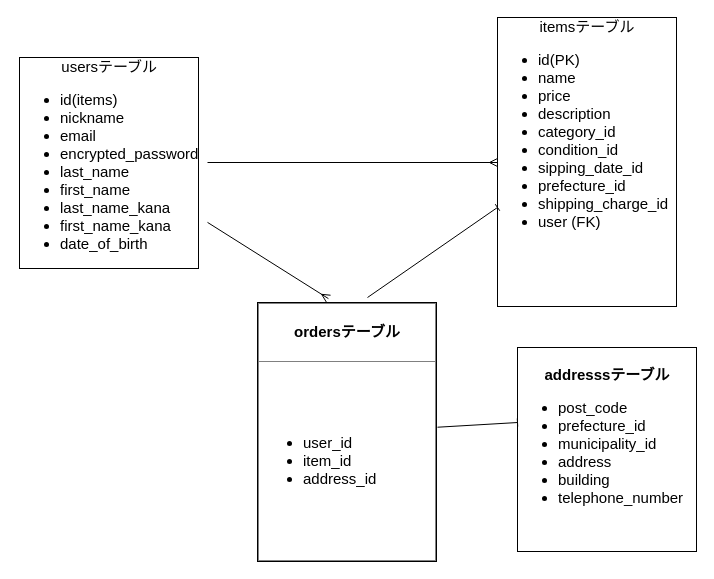
Above: test.dio in sadaharuuu1023/furima-39556 (draw.io), before the change. Source tidied: cells renumbered, new cells numbered last; positions are measured from the earlier drawing's top-left corner, leaving out a move shared by most shapes. Both pictures are drawn from the tidied source at 100%, with x=0, y=0 at pixel (17, 17).
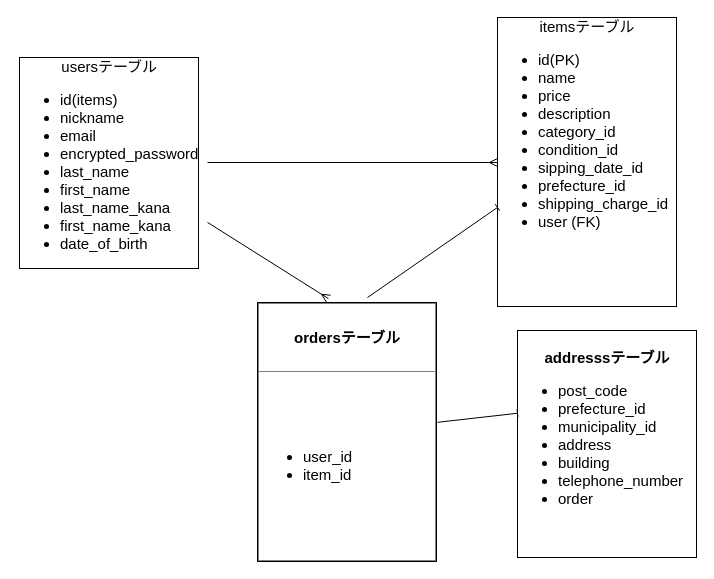
The same diagram, later.

Change to the diagram source:
```diff
@@
 <mxGraphModel>
   <root>
     <mxCell id="0" />
     <mxCell id="1" parent="0" />
     <mxCell id="2" style="edgeStyle=none;html=1;exitX=1;exitY=0.5;exitDx=0;exitDy=0;fontSize=15;rounded=1;endArrow=ERmany;endFill=0;" parent="1" edge="1" source="4" target="5">
       <mxGeometry relative="1" as="geometry" />
     </mxCell>
     <mxCell id="3" style="edgeStyle=none;html=1;entryX=0.394;entryY=-0.015;entryDx=0;entryDy=0;entryPerimeter=0;endArrow=ERmany;endFill=0;" parent="1" edge="1" source="4" target="8">
       <mxGeometry relative="1" as="geometry" />
     </mxCell>
     <mxCell id="4" value="&lt;div style=&quot;text-align: center; font-size: 15px;&quot;&gt;&lt;span style=&quot;background-color: initial;&quot;&gt;&lt;font style=&quot;font-size: 15px;&quot;&gt;usersテーブル&lt;/font&gt;&lt;/span&gt;&lt;/div&gt;&lt;ul style=&quot;font-size: 15px;&quot;&gt;&lt;li style=&quot;&quot;&gt;&lt;font style=&quot;font-size: 15px;&quot;&gt;id(items)&lt;/font&gt;&lt;/li&gt;&lt;li style=&quot;&quot;&gt;&lt;font style=&quot;font-size: 15px;&quot;&gt;nickname&lt;/font&gt;&lt;/li&gt;&lt;li style=&quot;&quot;&gt;&lt;font style=&quot;font-size: 15px;&quot;&gt;email&lt;/font&gt;&lt;/li&gt;&lt;li style=&quot;&quot;&gt;&lt;font style=&quot;font-size: 15px;&quot;&gt;encrypted_password&lt;/font&gt;&lt;/li&gt;&lt;li style=&quot;&quot;&gt;&lt;font style=&quot;font-size: 15px;&quot;&gt;last_name&lt;/font&gt;&lt;/li&gt;&lt;li style=&quot;&quot;&gt;&lt;font style=&quot;font-size: 15px;&quot;&gt;first_name&lt;/font&gt;&lt;/li&gt;&lt;li style=&quot;&quot;&gt;&lt;font style=&quot;font-size: 15px;&quot;&gt;last_name_kana&lt;/font&gt;&lt;/li&gt;&lt;li style=&quot;&quot;&gt;&lt;font style=&quot;font-size: 15px;&quot;&gt;first_name_kana&lt;/font&gt;&lt;/li&gt;&lt;li style=&quot;&quot;&gt;&lt;font style=&quot;font-size: 15px;&quot;&gt;date_of_birth&lt;/font&gt;&lt;/li&gt;&lt;/ul&gt;" style="text;strokeColor=none;fillColor=none;html=1;whiteSpace=wrap;verticalAlign=middle;overflow=hidden;rounded=1;align=left;labelBackgroundColor=none;labelBorderColor=default;" parent="1" vertex="1">
       <mxGeometry width="190" height="290" as="geometry" />
     </mxCell>
     <mxCell id="5" value="&lt;font style=&quot;font-size: 15px;&quot;&gt;itemsテーブル&lt;/font&gt;&lt;br&gt;&lt;ul style=&quot;font-size: 15px;&quot;&gt;&lt;li style=&quot;text-align: left;&quot;&gt;id(PK)&lt;/li&gt;&lt;li style=&quot;text-align: left;&quot;&gt;name&lt;/li&gt;&lt;li style=&quot;text-align: left;&quot;&gt;price&lt;/li&gt;&lt;li style=&quot;text-align: left;&quot;&gt;description&lt;/li&gt;&lt;li style=&quot;text-align: left;&quot;&gt;category_id&lt;/li&gt;&lt;li style=&quot;text-align: left;&quot;&gt;condition_id&lt;/li&gt;&lt;li style=&quot;text-align: left;&quot;&gt;sipping_date_id&lt;/li&gt;&lt;li style=&quot;text-align: left;&quot;&gt;prefecture_id&lt;/li&gt;&lt;li style=&quot;text-align: left;&quot;&gt;shipping_charge_id&lt;/li&gt;&lt;li style=&quot;text-align: left;&quot;&gt;user (FK)&lt;/li&gt;&lt;/ul&gt;" style="text;html=1;whiteSpace=wrap;strokeColor=none;fillColor=none;overflow=fill;rounded=1;labelBackgroundColor=none;labelBorderColor=default;align=center;" parent="1" vertex="1">
       <mxGeometry x="480" width="180" height="290" as="geometry" />
     </mxCell>
     <mxCell id="6" style="edgeStyle=none;html=1;entryX=0;entryY=0.366;entryDx=0;entryDy=0;entryPerimeter=0;endArrow=baseDash;endFill=0;" parent="1" edge="1" source="8" target="9">
       <mxGeometry relative="1" as="geometry" />
     </mxCell>
     <mxCell id="7" style="edgeStyle=none;html=1;entryX=0;entryY=0.655;entryDx=0;entryDy=0;entryPerimeter=0;endArrow=baseDash;endFill=0;" parent="1" edge="1" target="5">
       <mxGeometry relative="1" as="geometry">
         <mxPoint x="350" y="280" as="sourcePoint" />
       </mxGeometry>
     </mxCell>
-    <mxCell id="8" value="&lt;table border=&quot;1&quot; width=&quot;100%&quot; height=&quot;100%&quot; cellpadding=&quot;4&quot; style=&quot;width:100%;height:100%;border-collapse:collapse;&quot;&gt;&lt;tbody&gt;&lt;tr&gt;&lt;th align=&quot;center&quot;&gt;ordersテーブル&lt;/th&gt;&lt;/tr&gt;&lt;tr&gt;&lt;td&gt;&lt;ul&gt;&lt;li&gt;user_id&lt;/li&gt;&lt;li&gt;item_id&lt;/li&gt;&lt;li&gt;address_id&lt;/li&gt;&lt;/ul&gt;&lt;/td&gt;&lt;/tr&gt;&lt;/tbody&gt;&lt;/table&gt;" style="text;html=1;whiteSpace=wrap;strokeColor=none;fillColor=none;overflow=fill;rounded=1;labelBackgroundColor=none;labelBorderColor=default;fontSize=15;" parent="1" vertex="1">
+    <mxCell id="8" value="&lt;table border=&quot;1&quot; width=&quot;100%&quot; height=&quot;100%&quot; cellpadding=&quot;4&quot; style=&quot;width:100%;height:100%;border-collapse:collapse;&quot;&gt;&lt;tbody&gt;&lt;tr&gt;&lt;th align=&quot;center&quot;&gt;ordersテーブル&lt;/th&gt;&lt;/tr&gt;&lt;tr&gt;&lt;td&gt;&lt;ul&gt;&lt;li&gt;user_id&lt;/li&gt;&lt;li&gt;item_id&lt;/li&gt;&lt;/ul&gt;&lt;/td&gt;&lt;/tr&gt;&lt;/tbody&gt;&lt;/table&gt;" style="text;html=1;whiteSpace=wrap;strokeColor=none;fillColor=none;overflow=fill;rounded=1;labelBackgroundColor=none;labelBorderColor=default;fontSize=15;" parent="1" vertex="1">
       <mxGeometry x="240" y="285" width="180" height="260" as="geometry" />
     </mxCell>
-    <mxCell id="9" value="&amp;nbsp;&lt;br&gt;&lt;b&gt;addresssテーブル&lt;/b&gt;&lt;br&gt;&lt;ul&gt;&lt;li style=&quot;text-align: left;&quot;&gt;post_code&lt;/li&gt;&lt;li style=&quot;text-align: left;&quot;&gt;prefecture_id&lt;/li&gt;&lt;li style=&quot;text-align: left;&quot;&gt;municipality_id&lt;/li&gt;&lt;li style=&quot;text-align: left;&quot;&gt;address&lt;/li&gt;&lt;li style=&quot;text-align: left;&quot;&gt;building&lt;/li&gt;&lt;li style=&quot;text-align: left;&quot;&gt;telephone_number&lt;/li&gt;&lt;/ul&gt;" style="text;html=1;whiteSpace=wrap;strokeColor=none;fillColor=none;overflow=fill;rounded=1;labelBackgroundColor=none;labelBorderColor=default;fontSize=15;align=center;" parent="1" vertex="1">
-      <mxGeometry x="500" y="330" width="180" height="205" as="geometry" />
+    <mxCell id="9" value="&amp;nbsp;&lt;br&gt;&lt;b&gt;addresssテーブル&lt;/b&gt;&lt;br&gt;&lt;ul&gt;&lt;li style=&quot;text-align: left;&quot;&gt;post_code&lt;/li&gt;&lt;li style=&quot;text-align: left;&quot;&gt;prefecture_id&lt;/li&gt;&lt;li style=&quot;text-align: left;&quot;&gt;municipality_id&lt;/li&gt;&lt;li style=&quot;text-align: left;&quot;&gt;address&lt;/li&gt;&lt;li style=&quot;text-align: left;&quot;&gt;building&lt;/li&gt;&lt;li style=&quot;text-align: left;&quot;&gt;telephone_number&lt;/li&gt;&lt;li style=&quot;text-align: left;&quot;&gt;order&lt;/li&gt;&lt;/ul&gt;" style="text;html=1;whiteSpace=wrap;strokeColor=none;fillColor=none;overflow=fill;rounded=1;labelBackgroundColor=none;labelBorderColor=default;fontSize=15;align=center;" parent="1" vertex="1">
+      <mxGeometry x="500" y="312.5" width="180" height="227.5" as="geometry" />
     </mxCell>
   </root>
 </mxGraphModel>
```
